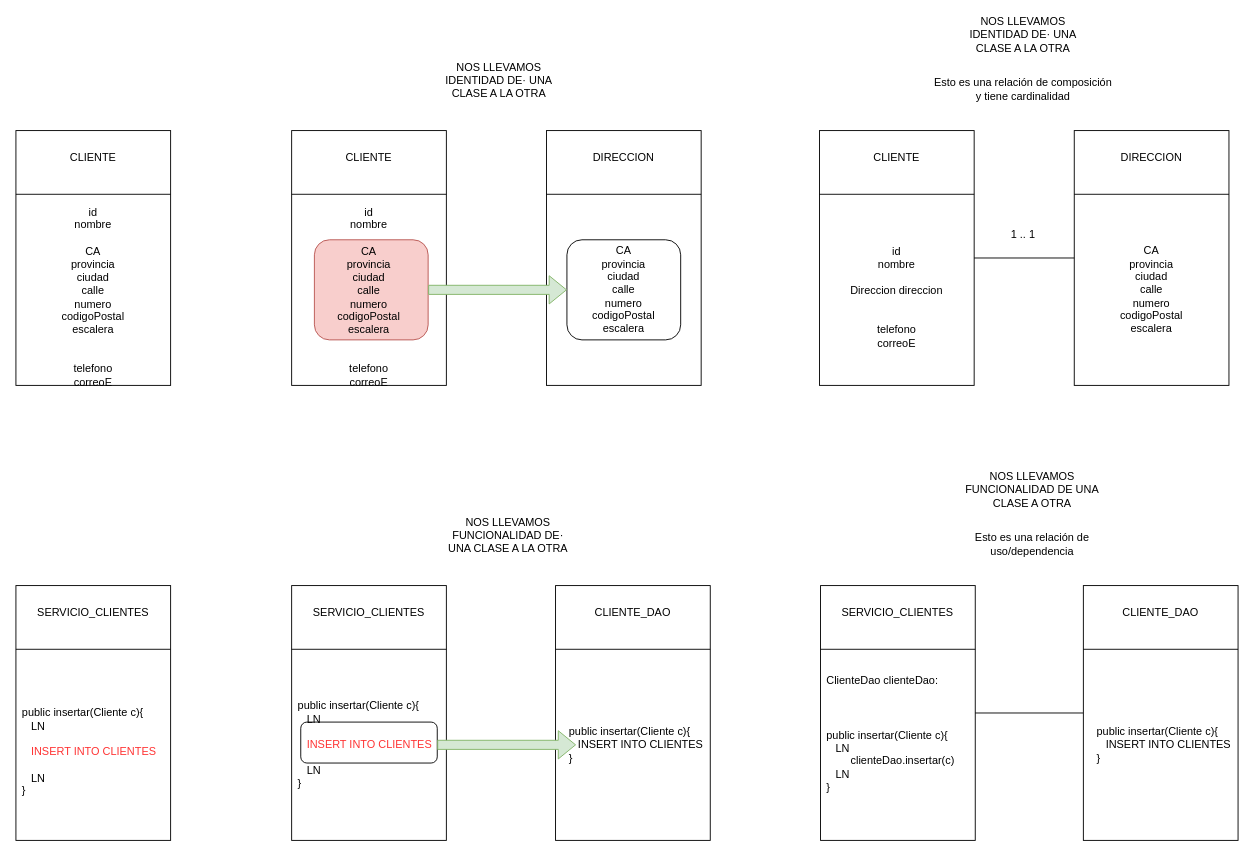
This is page "Página-18" (18 of 25) of diagramas.drawio from lrag/JEE, a draw.io file, before an edit. Source tidied: cells renumbered, new cells numbered last; positions are measured from the earlier drawing's top-left corner, leaving out a move shared by most shapes. Both pictures are drawn from the tidied source at 91%, with x=0, y=0 at pixel (15, 21).
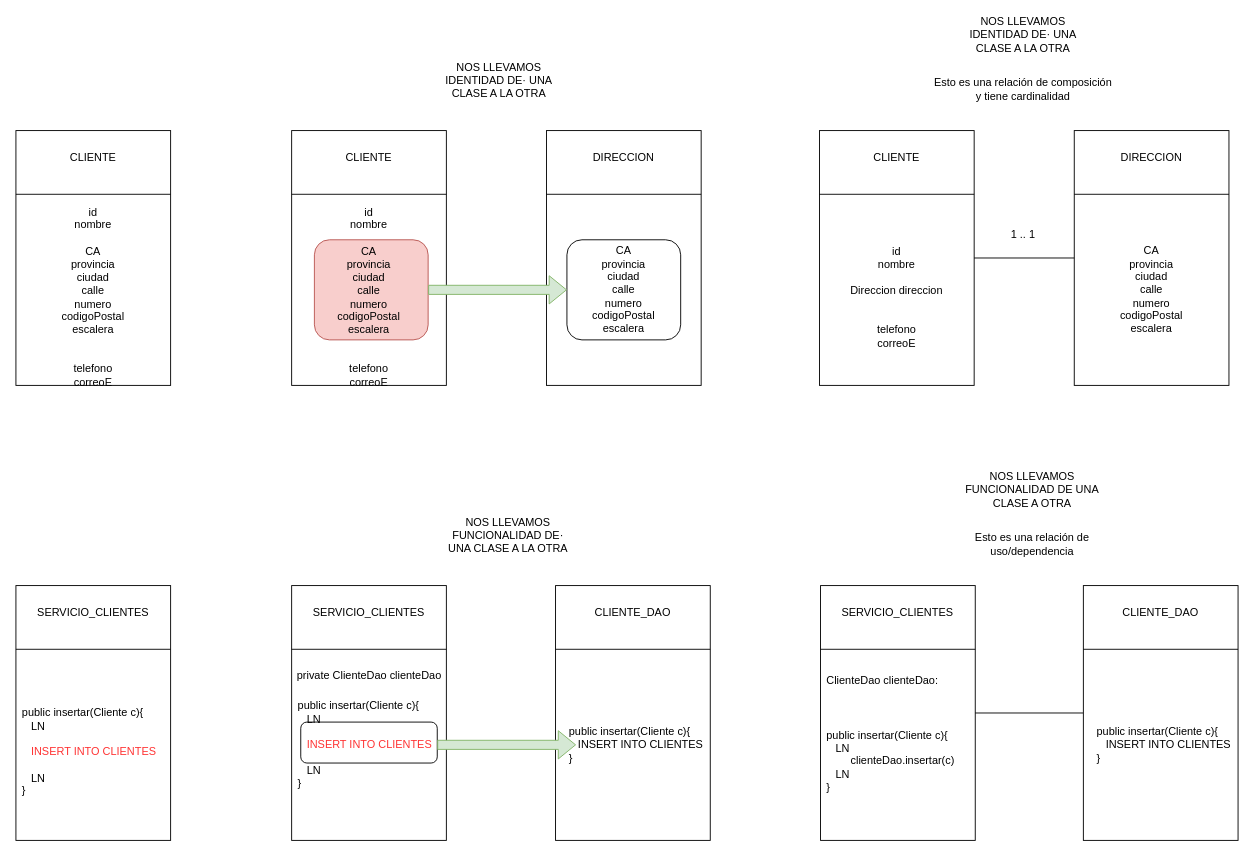
After the change.

Diff of the diagram source:
```diff
@@
+    <mxCell id="57" value="&lt;font style=&quot;font-size: 12px;&quot;&gt;private ClienteDao clienteDao&lt;/font&gt;" style="text;html=1;strokeColor=none;fillColor=none;align=center;verticalAlign=middle;whiteSpace=wrap;rounded=0;fontSize=24;" parent="1" vertex="1">
+      <mxGeometry x="304.5" y="700" width="167" height="30" as="geometry" />
+    </mxCell>
```
